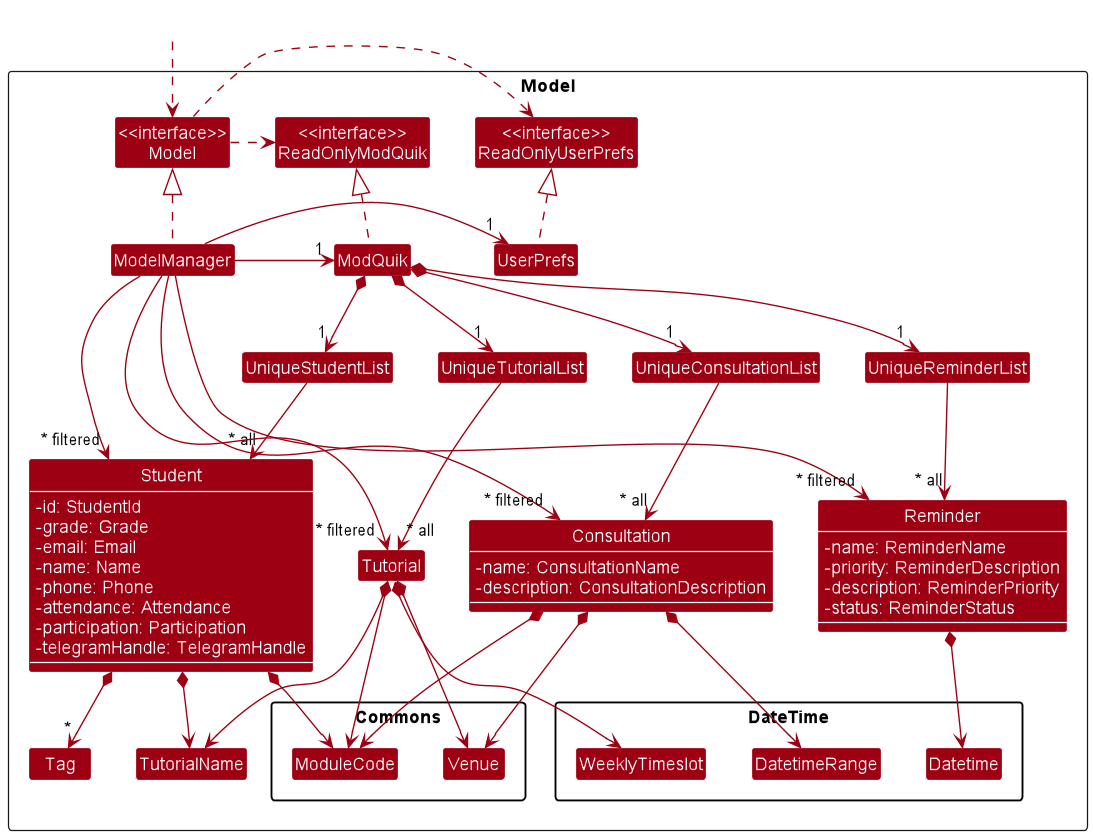
Earlier version of the PlantUML export docs/images/ModelClassDiagram.png (nus-cs2103-AY2223S1/tp). Its source is kept beside it as docs/diagrams/ModelClassDiagram.puml. The source it was exported from:
```plantuml
@startuml
!include style.puml
skinparam arrowThickness 1.1
skinparam arrowColor MODEL_COLOR
skinparam classBackgroundColor MODEL_COLOR
skinparam classAttributeIconSize 0

Package Model <<Rectangle>>{
Class "<<interface>>\nReadOnlyModQuik" as ReadOnlyModQuik
Class "<<interface>>\nReadOnlyUserPrefs" as ReadOnlyUserPrefs
Class "<<interface>>\nModel" as Model
Class ModQuik
Class ModelManager
Class UserPrefs

together {
Class UniqueConsultationList
Class UniqueStudentList
Class UniqueTutorialList
Class UniqueReminderList
}

Class Student {
    -id: StudentId
    -grade: Grade
    -email: Email
    -name: Name
    -phone: Phone
    -attendance: Attendance
    -participation: Participation
    -telegramHandle: TelegramHandle
}

Class Consultation {
    -name: ConsultationName
    -description: ConsultationDescription
}

Class Reminder {
    -name: ReminderName
    -priority: ReminderDescription
    -description: ReminderPriority
    -status: ReminderStatus
}

Class Tutorial
Class TutorialName

Class Tag

package Commons {
Class ModuleCode
Class Venue
}

package DateTime {
Class WeeklyTimeslot
Class Datetime
Class DatetimeRange
}

}

show Student members
show Consultation members
show Reminder members

Class HiddenOutside #FFFFFF
HiddenOutside ..> Model

ModQuik .up.|> ReadOnlyModQuik

ModelManager .up.|> Model
Model .right.> ReadOnlyUserPrefs
Model .right.> ReadOnlyModQuik
ModelManager -right-> "1" ModQuik
ModelManager -right-> "1" UserPrefs
UserPrefs .up.|> ReadOnlyUserPrefs

ModQuik *-down-> "1" UniqueStudentList
UniqueStudentList --> "~* all" Student
Student *--> ModuleCode
Student *--> TutorialName
Student *--> "*" Tag

ModQuik *-down-> "1" UniqueConsultationList
UniqueConsultationList --> "~* all" Consultation
Consultation *--> ModuleCode
Consultation *--> Venue
Consultation *--> DatetimeRange

ModQuik *-down-> "1" UniqueReminderList
UniqueReminderList --> "~* all" Reminder
Reminder *--> Datetime

ModQuik *-down-> "1" UniqueTutorialList
UniqueTutorialList --> "~* all" Tutorial
Tutorial *--> TutorialName
Tutorial *--> ModuleCode
Tutorial *--> Venue
Tutorial *--> WeeklyTimeslot

Student -right[hidden]-> Tutorial

ModelManager -->"~* filtered" Student
ModelManager -->"~* filtered" Consultation
ModelManager -->"~* filtered" Reminder
ModelManager -->"~* filtered" Tutorial
@enduml
```
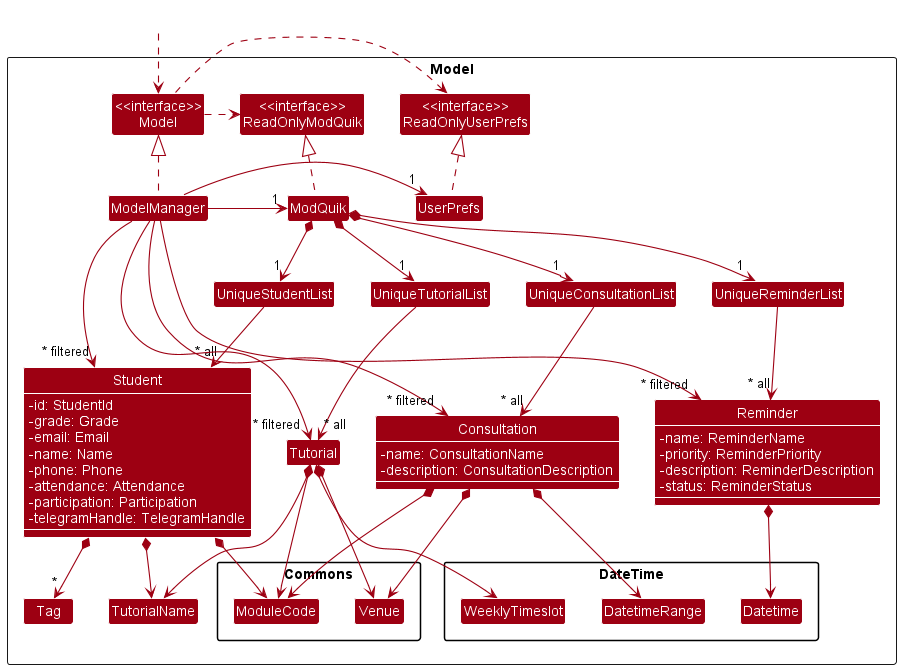
After the change.

Diff of the diagram source:
```diff
@@ -38,8 +38,8 @@
 
 Class Reminder {
     -name: ReminderName
-    -priority: ReminderDescription
-    -description: ReminderPriority
+    -priority: ReminderPriority
+    -description: ReminderDescription
     -status: ReminderStatus
 }
 
```
